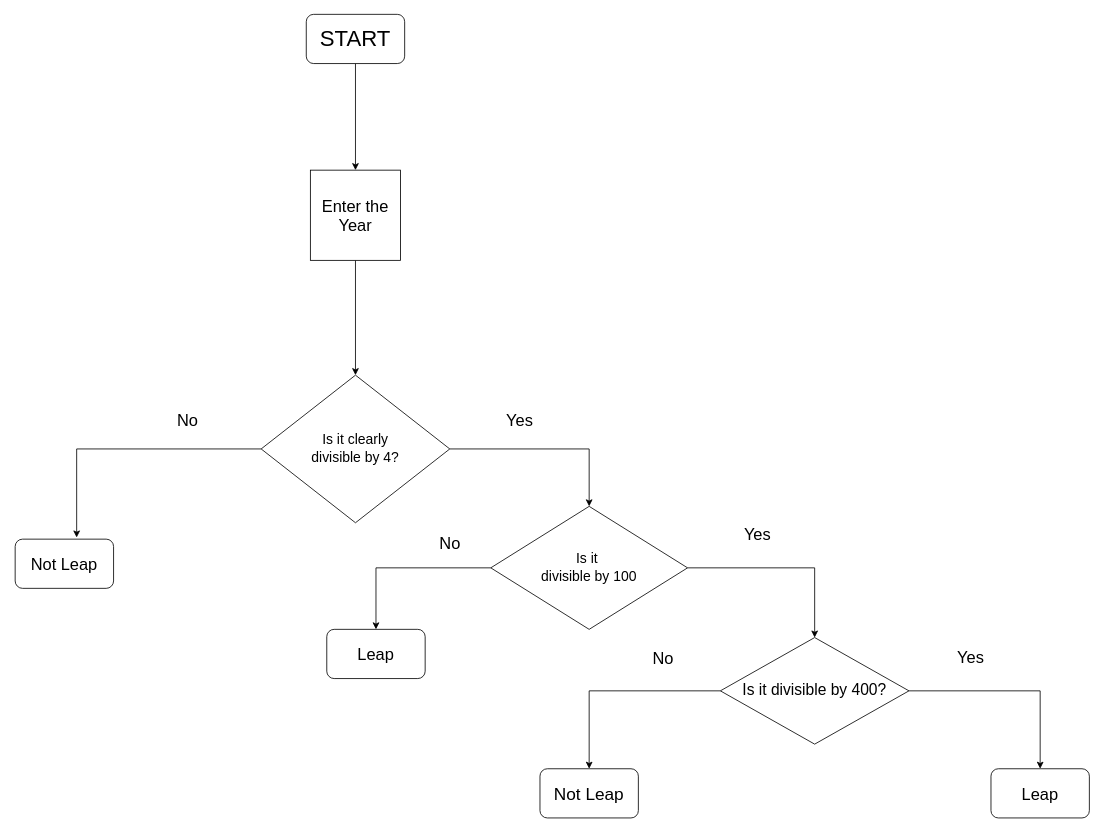
The draw.io diagram flowchart.drawio.net.drawio in Nchia-Emmanuela/Leap-Year-Check, before the edit. Source tidied: cells renumbered, new cells numbered last; positions are measured from the earlier drawing's top-left corner, leaving out a move shared by most shapes. Both pictures are drawn from the tidied source at 82%, with x=0, y=0 at pixel (15, 14).
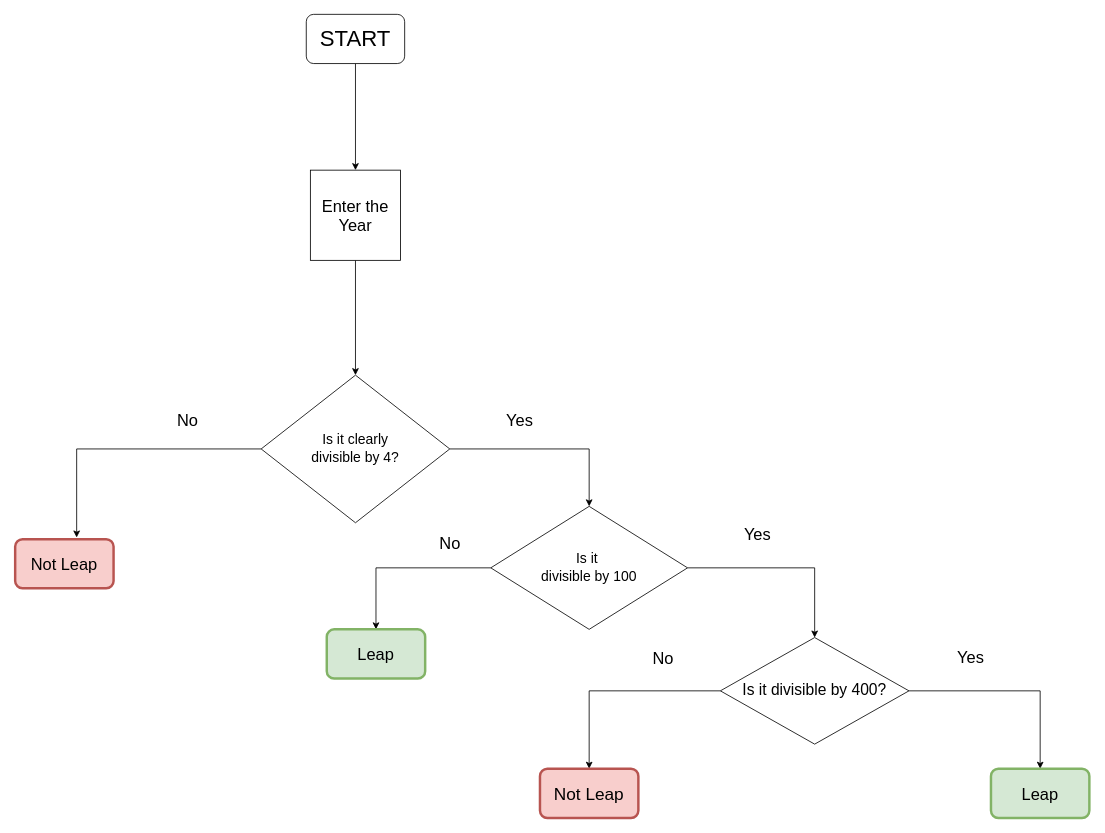
Above is the later version.

Change to the diagram source:
```diff
@@
-    <mxCell id="10" value="&lt;font style=&quot;font-size: 20px;&quot;&gt;Not Leap&lt;/font&gt;" style="rounded=1;whiteSpace=wrap;html=1;" parent="1" vertex="1">
+    <mxCell id="10" value="&lt;font style=&quot;font-size: 20px;&quot;&gt;Not Leap&lt;/font&gt;" style="rounded=1;whiteSpace=wrap;html=1;fillColor=#f8cecc;strokeColor=#b85450;strokeWidth=3;" parent="1" vertex="1">
       <mxGeometry y="640" width="120" height="60" as="geometry" />
     </mxCell>
-    <mxCell id="11" value="&lt;font style=&quot;font-size: 20px;&quot;&gt;Leap&lt;/font&gt;" style="rounded=1;whiteSpace=wrap;html=1;" parent="1" vertex="1">
+    <mxCell id="11" value="&lt;font style=&quot;font-size: 20px;&quot;&gt;Leap&lt;/font&gt;" style="rounded=1;whiteSpace=wrap;html=1;fillColor=#d5e8d4;strokeColor=#82B366;strokeWidth=3;" parent="1" vertex="1">
       <mxGeometry x="380" y="750" width="120" height="60" as="geometry" />
     </mxCell>
@@
-    <mxCell id="15" value="&lt;font style=&quot;font-size: 21px;&quot;&gt;Not Leap&lt;/font&gt;" style="rounded=1;whiteSpace=wrap;html=1;" parent="1" vertex="1">
+    <mxCell id="15" value="&lt;font style=&quot;font-size: 21px;&quot;&gt;Not Leap&lt;/font&gt;" style="rounded=1;whiteSpace=wrap;html=1;fillColor=#f8cecc;strokeColor=#b85450;strokeWidth=3;" parent="1" vertex="1">
       <mxGeometry x="640" y="920" width="120" height="60" as="geometry" />
     </mxCell>
-    <mxCell id="16" value="&lt;font style=&quot;font-size: 20px;&quot;&gt;Leap&lt;/font&gt;" style="rounded=1;whiteSpace=wrap;html=1;" parent="1" vertex="1">
+    <mxCell id="16" value="&lt;font style=&quot;font-size: 20px;&quot;&gt;Leap&lt;/font&gt;" style="rounded=1;whiteSpace=wrap;html=1;fillColor=#d5e8d4;strokeColor=#82b366;strokeWidth=3;" parent="1" vertex="1">
       <mxGeometry x="1190" y="920" width="120" height="60" as="geometry" />
     </mxCell>
```
